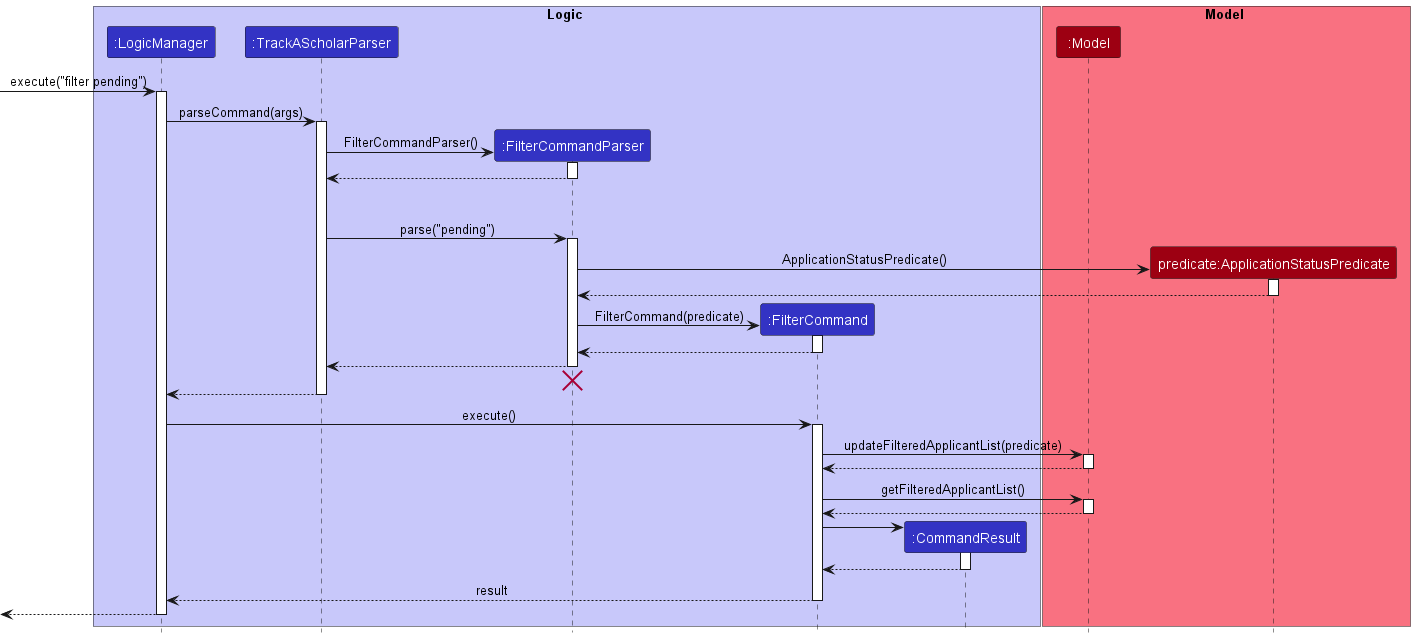
Earlier version of the PlantUML export docs/images/FilterSequenceDiagram.png (nus-cs2103-AY2223S1/tp).
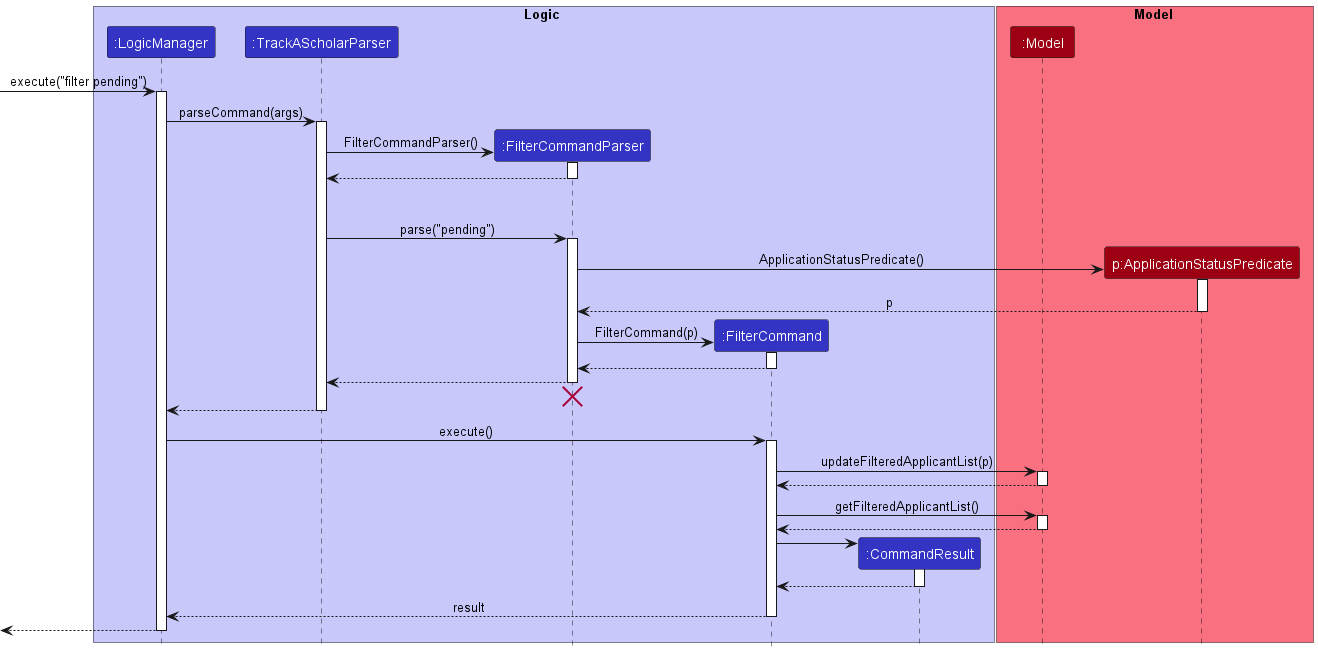
After the commit.

What changed in the source:
```diff
@@ -13,7 +13,7 @@
 
 box Model MODEL_COLOR_T1
 participant ":Model" as Model MODEL_COLOR
-participant "predicate:ApplicationStatusPredicate" as ApplicationStatusPredicate MODEL_COLOR
+participant "p:ApplicationStatusPredicate" as ApplicationStatusPredicate MODEL_COLOR
 end box
 
 [-> LogicManager : execute("filter pending")
@@ -35,14 +35,14 @@
 activate FilterCommandParser
 
 create ApplicationStatusPredicate
-FilterCommandParser -> ApplicationStatusPredicate:ApplicationStatusPredicate()
+FilterCommandParser -> ApplicationStatusPredicate : ApplicationStatusPredicate()
 activate ApplicationStatusPredicate
 
-ApplicationStatusPredicate --> FilterCommandParser
+ApplicationStatusPredicate --> FilterCommandParser : p
 deactivate ApplicationStatusPredicate
 
 create FilterCommand
-FilterCommandParser -> FilterCommand : FilterCommand(predicate)
+FilterCommandParser -> FilterCommand : FilterCommand(p)
 activate FilterCommand
 
 FilterCommand --> FilterCommandParser
@@ -59,7 +59,7 @@
 LogicManager -> FilterCommand : execute()
 activate FilterCommand
 
-FilterCommand -> Model : updateFilteredApplicantList(predicate)
+FilterCommand -> Model : updateFilteredApplicantList(p)
 activate Model
 
 Model --> FilterCommand
```
